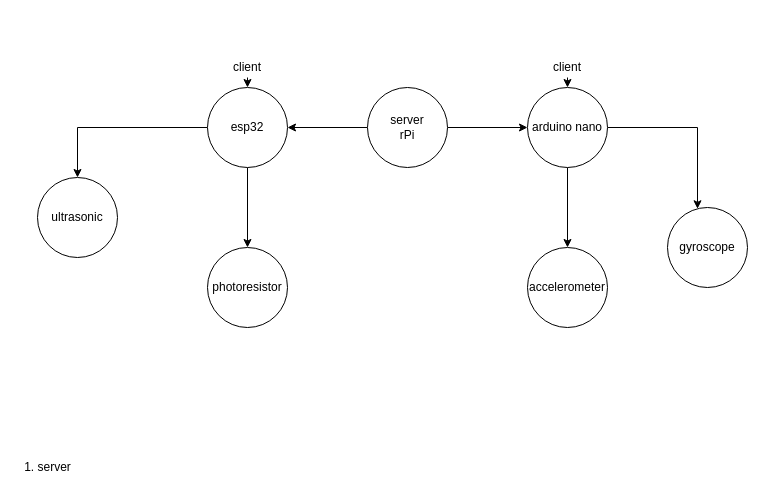
The draw.io diagram Untitled Diagram.drawio in dorianjanezic/interface_experiment, before the edit. Source tidied: cells renumbered, new cells numbered last; positions are measured from the earlier drawing's top-left corner, leaving out a move shared by most shapes. Both pictures are drawn from the tidied source at 100%, with x=0, y=0 at pixel (17, 57).
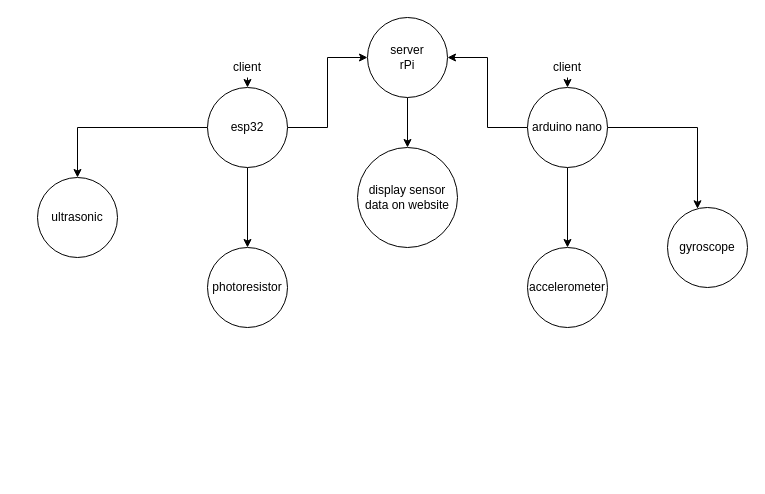
After the change.

The change refers to these unchanged cells:
```xml
<mxCell id="8" value="esp32" style="ellipse;whiteSpace=wrap;html=1;" parent="1" vertex="1">
  <mxGeometry x="190" y="30" width="80" height="80" as="geometry" />
</mxCell>
<mxCell id="11" value="arduino nano" style="ellipse;whiteSpace=wrap;html=1;" parent="1" vertex="1">
  <mxGeometry x="510" y="30" width="80" height="80" as="geometry" />
</mxCell>
```

Change to the diagram source:
```diff
@@
-    <mxCell id="2" style="edgeStyle=orthogonalEdgeStyle;rounded=0;jettySize=auto;html=1;" parent="1" edge="1" source="4" target="8">
+    <mxCell id="2" style="edgeStyle=orthogonalEdgeStyle;rounded=0;jettySize=auto;html=1;entryX=0;entryY=0.5;entryDx=0;entryDy=0;exitX=1;exitY=0.5;exitDx=0;exitDy=0;" parent="1" edge="1" source="8" target="4">
       <mxGeometry relative="1" as="geometry" />
     </mxCell>
-    <mxCell id="3" style="edgeStyle=orthogonalEdgeStyle;rounded=0;jettySize=auto;html=1;" parent="1" edge="1" source="4" target="11">
+    <mxCell id="3" style="edgeStyle=orthogonalEdgeStyle;rounded=0;jettySize=auto;html=1;entryX=1;entryY=0.5;entryDx=0;entryDy=0;exitX=0;exitY=0.5;exitDx=0;exitDy=0;" parent="1" edge="1" source="11" target="4">
       <mxGeometry relative="1" as="geometry" />
     </mxCell>
+    <mxCell id="21" style="edgeStyle=orthogonalEdgeStyle;rounded=0;jettySize=auto;html=1;" parent="1" edge="1" source="4" target="22">
+      <mxGeometry relative="1" as="geometry" />
+    </mxCell>
     <mxCell id="4" style="ellipse;whiteSpace=wrap;html=1;" parent="1" vertex="1">
-      <mxGeometry x="350" y="30" width="80" height="80" as="geometry" />
+      <mxGeometry x="350" y="-40" width="80" height="80" as="geometry" />
     </mxCell>
     <mxCell id="5" value="server&lt;br&gt;rPi" style="text;html=1;strokeColor=none;fillColor=none;align=center;verticalAlign=middle;whiteSpace=wrap;rounded=0;" parent="1" vertex="1">
-      <mxGeometry x="370" y="60" width="40" height="20" as="geometry" />
+      <mxGeometry x="370" y="-10" width="40" height="20" as="geometry" />
     </mxCell>
@@
-    <mxCell id="20" value="1. server" style="text;html=1;align=center;verticalAlign=middle;" parent="1" vertex="1">
-      <mxGeometry y="400" width="60" height="20" as="geometry" />
-    </mxCell>
+    <mxCell id="22" value="display sensor data on website" style="ellipse;whiteSpace=wrap;html=1;" parent="1" vertex="1">
+      <mxGeometry x="340" y="90" width="100" height="100" as="geometry" />
+    </mxCell>
```
